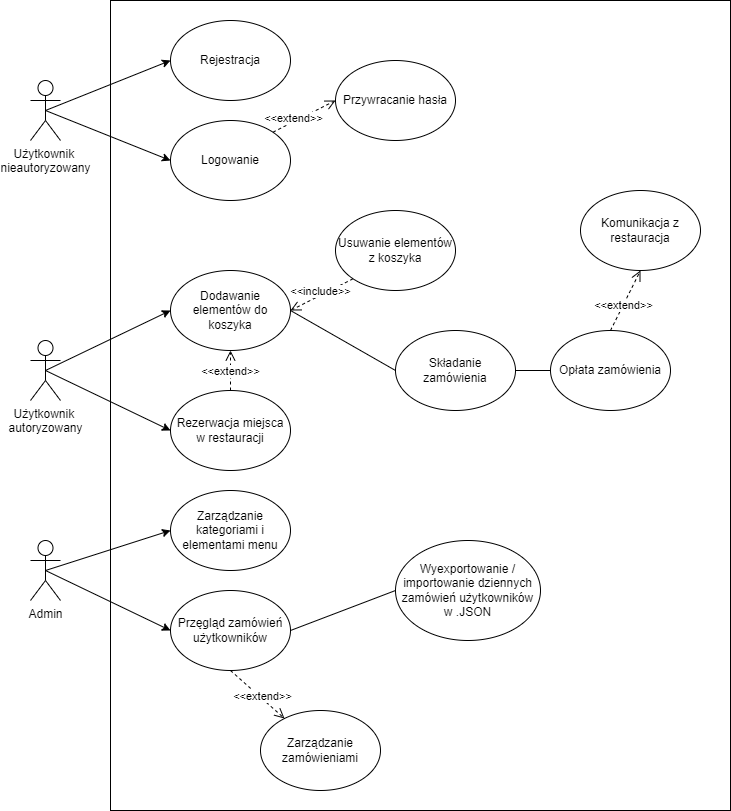
Above: Diagrams/diagram przypadkow uzycia.drawio.png in yurii-shchehliuk/ECommerce-Restaurant (draw.io), before the change. Source tidied: cells renumbered, new cells last; positions are measured from the earlier drawing's top-left corner, leaving out a move shared by most shapes.
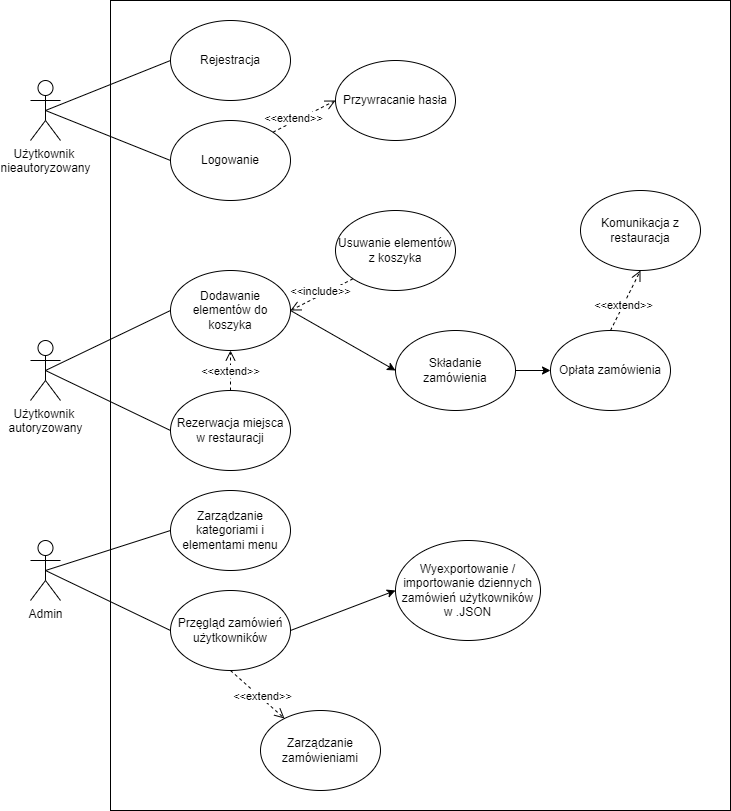
Above is the later version.

Change to the diagram source:
```diff
@@ -17,7 +17,7 @@
     <mxCell id="6" value="Dodawanie elementów do koszyka" style="ellipse;whiteSpace=wrap;html=1;" parent="1" vertex="1">
       <mxGeometry x="140" y="270" width="120" height="80" as="geometry" />
     </mxCell>
-    <mxCell id="7" style="endArrow=none;html=1;rounded=0;exitX=1;exitY=0.5;exitDx=0;exitDy=0;entryX=0;entryY=0.5;entryDx=0;entryDy=0;" parent="1" edge="1" source="8" target="14">
+    <mxCell id="7" style="endArrow=classic;html=1;rounded=0;exitX=1;exitY=0.5;exitDx=0;exitDy=0;entryX=0;entryY=0.5;entryDx=0;entryDy=0;" parent="1" edge="1" source="8" target="14">
       <mxGeometry relative="1" as="geometry" />
     </mxCell>
     <mxCell id="8" value="Składanie zamówienia" style="ellipse;whiteSpace=wrap;html=1;" parent="1" vertex="1">
@@ -68,31 +68,31 @@
     <mxCell id="23" value="Użytkownik &lt;br&gt;autoryzowany" style="shape=umlActor;verticalLabelPosition=bottom;verticalAlign=top;html=1;outlineConnect=0;" parent="1" vertex="1">
       <mxGeometry y="340" width="30" height="60" as="geometry" />
     </mxCell>
-    <mxCell id="24" style="endArrow=classic;html=1;rounded=0;entryX=0;entryY=0.5;entryDx=0;entryDy=0;exitX=0.5;exitY=0.5;exitDx=0;exitDy=0;exitPerimeter=0;" parent="1" edge="1" source="2" target="5">
+    <mxCell id="24" style="endArrow=none;html=1;rounded=0;entryX=0;entryY=0.5;entryDx=0;entryDy=0;exitX=0.5;exitY=0.5;exitDx=0;exitDy=0;exitPerimeter=0;" parent="1" edge="1" source="2" target="5">
       <mxGeometry relative="1" as="geometry" />
     </mxCell>
-    <mxCell id="25" style="endArrow=classic;html=1;rounded=0;exitX=0.5;exitY=0.5;exitDx=0;exitDy=0;exitPerimeter=0;entryX=0;entryY=0.5;entryDx=0;entryDy=0;" parent="1" edge="1" source="23" target="21">
+    <mxCell id="25" style="endArrow=none;html=1;rounded=0;exitX=0.5;exitY=0.5;exitDx=0;exitDy=0;exitPerimeter=0;entryX=0;entryY=0.5;entryDx=0;entryDy=0;" parent="1" edge="1" source="23" target="21">
       <mxGeometry relative="1" as="geometry" />
     </mxCell>
-    <mxCell id="26" style="endArrow=classic;html=1;rounded=0;exitX=0.5;exitY=0.5;exitDx=0;exitDy=0;exitPerimeter=0;entryX=0;entryY=0.5;entryDx=0;entryDy=0;" parent="1" edge="1" source="23" target="6">
+    <mxCell id="26" style="endArrow=none;html=1;rounded=0;exitX=0.5;exitY=0.5;exitDx=0;exitDy=0;exitPerimeter=0;entryX=0;entryY=0.5;entryDx=0;entryDy=0;" parent="1" edge="1" source="23" target="6">
       <mxGeometry relative="1" as="geometry" />
     </mxCell>
-    <mxCell id="27" style="endArrow=classic;html=1;rounded=0;exitX=0.5;exitY=0.5;exitDx=0;exitDy=0;exitPerimeter=0;entryX=0;entryY=0.5;entryDx=0;entryDy=0;" parent="1" edge="1" source="2" target="4">
+    <mxCell id="27" style="endArrow=none;html=1;rounded=0;exitX=0.5;exitY=0.5;exitDx=0;exitDy=0;exitPerimeter=0;entryX=0;entryY=0.5;entryDx=0;entryDy=0;" parent="1" edge="1" source="2" target="4">
       <mxGeometry relative="1" as="geometry" />
     </mxCell>
-    <mxCell id="28" style="endArrow=none;html=1;rounded=0;exitX=1;exitY=0.5;exitDx=0;exitDy=0;entryX=0;entryY=0.5;entryDx=0;entryDy=0;" parent="1" edge="1" source="6" target="8">
+    <mxCell id="28" style="endArrow=classic;html=1;rounded=0;exitX=1;exitY=0.5;exitDx=0;exitDy=0;entryX=0;entryY=0.5;entryDx=0;entryDy=0;" parent="1" edge="1" source="6" target="8">
       <mxGeometry relative="1" as="geometry" />
     </mxCell>
-    <mxCell id="29" style="endArrow=classic;html=1;rounded=0;exitX=0.5;exitY=0.5;exitDx=0;exitDy=0;exitPerimeter=0;entryX=0;entryY=0.5;entryDx=0;entryDy=0;" parent="1" edge="1" source="9" target="17">
+    <mxCell id="29" style="endArrow=none;html=1;rounded=0;exitX=0.5;exitY=0.5;exitDx=0;exitDy=0;exitPerimeter=0;entryX=0;entryY=0.5;entryDx=0;entryDy=0;" parent="1" edge="1" source="9" target="17">
       <mxGeometry relative="1" as="geometry" />
     </mxCell>
-    <mxCell id="30" style="endArrow=classic;html=1;rounded=0;exitX=0.5;exitY=0.5;exitDx=0;exitDy=0;exitPerimeter=0;entryX=0;entryY=0.5;entryDx=0;entryDy=0;" parent="1" edge="1" source="9" target="18">
+    <mxCell id="30" style="endArrow=none;html=1;rounded=0;exitX=0.5;exitY=0.5;exitDx=0;exitDy=0;exitPerimeter=0;entryX=0;entryY=0.5;entryDx=0;entryDy=0;" parent="1" edge="1" source="9" target="18">
       <mxGeometry relative="1" as="geometry" />
     </mxCell>
     <mxCell id="31" value="&amp;lt;&amp;lt;extend&amp;gt;&amp;gt;" style="html=1;verticalAlign=bottom;endArrow=open;dashed=1;endSize=8;rounded=0;exitX=0.5;exitY=1;exitDx=0;exitDy=0;" parent="1" edge="1" source="18" target="20">
       <mxGeometry x="0.3" y="-5" relative="1" as="geometry" />
     </mxCell>
-    <mxCell id="32" style="endArrow=none;html=1;rounded=0;exitX=1;exitY=0.5;exitDx=0;exitDy=0;entryX=0;entryY=0.5;entryDx=0;entryDy=0;" parent="1" edge="1" source="18" target="19">
+    <mxCell id="32" style="endArrow=classic;html=1;rounded=0;exitX=1;exitY=0.5;exitDx=0;exitDy=0;entryX=0;entryY=0.5;entryDx=0;entryDy=0;" parent="1" edge="1" source="18" target="19">
       <mxGeometry relative="1" as="geometry" />
     </mxCell>
   </root>
```
